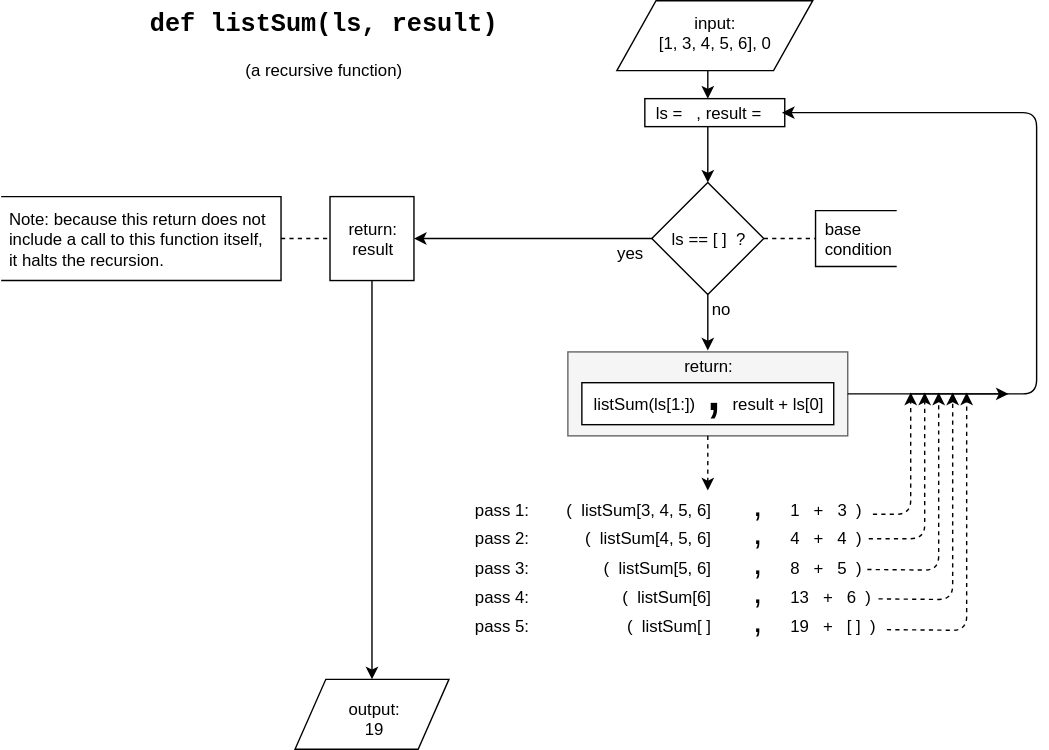
Above: diagrams/recursion2.svg in jinjagit/JupyterNotebooks (draw.io), before the change. Source tidied: cells renumbered, new cells last; positions are measured from the earlier drawing's top-left corner, leaving out a move shared by most shapes.
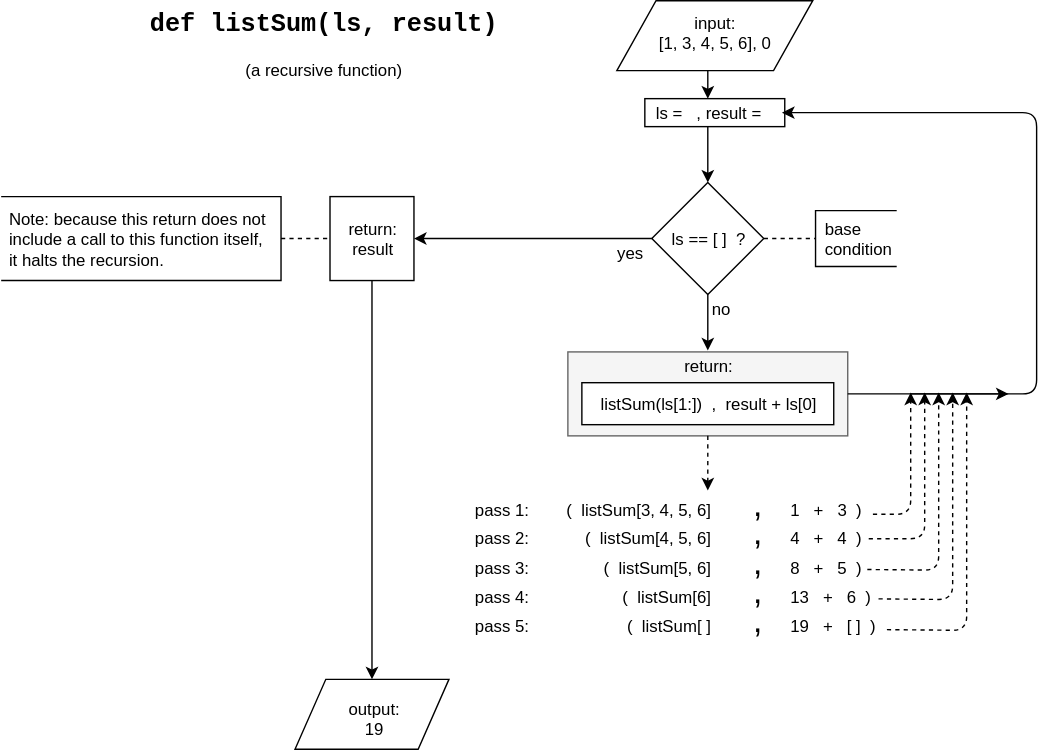
Later version of the same file.

Change to the diagram source:
```diff
@@ -57,8 +57,8 @@
     <mxCell id="15" style="rounded=0;whiteSpace=wrap;html=1;" parent="1" vertex="1">
       <mxGeometry x="415" y="273" width="180" height="30" as="geometry" />
     </mxCell>
-    <mxCell id="16" value="listSum(ls[1:])&amp;nbsp; &lt;font style=&quot;font-size: 48px&quot;&gt;,&lt;/font&gt;&amp;nbsp; result + ls[0]" style="text;html=1;strokeColor=none;fillColor=none;align=center;verticalAlign=middle;whiteSpace=wrap;rounded=0;" parent="1" vertex="1">
-      <mxGeometry x="415" y="265" width="180" height="20" as="geometry" />
+    <mxCell id="16" value="listSum(ls[1:])&amp;nbsp; ,&amp;nbsp;&amp;nbsp;result + ls[0]" style="text;html=1;strokeColor=none;fillColor=none;align=center;verticalAlign=middle;whiteSpace=wrap;rounded=0;" parent="1" vertex="1">
+      <mxGeometry x="415" y="278" width="180" height="20" as="geometry" />
     </mxCell>
     <mxCell id="17" value="pass 1:&amp;nbsp; &amp;nbsp; &amp;nbsp; &amp;nbsp; (&amp;nbsp; listSum[3, 4, 5, 6]&amp;nbsp; &amp;nbsp; &amp;nbsp; &amp;nbsp; &amp;nbsp;&lt;font style=&quot;font-size: 24px&quot;&gt;,&lt;/font&gt;&amp;nbsp; &amp;nbsp; &amp;nbsp; 1&amp;nbsp; &amp;nbsp;+&amp;nbsp; &amp;nbsp;3&amp;nbsp; )" style="text;html=1;strokeColor=none;fillColor=none;align=left;verticalAlign=middle;whiteSpace=wrap;rounded=0;" parent="1" vertex="1">
       <mxGeometry x="337" y="350" width="336" height="20" as="geometry" />
```
